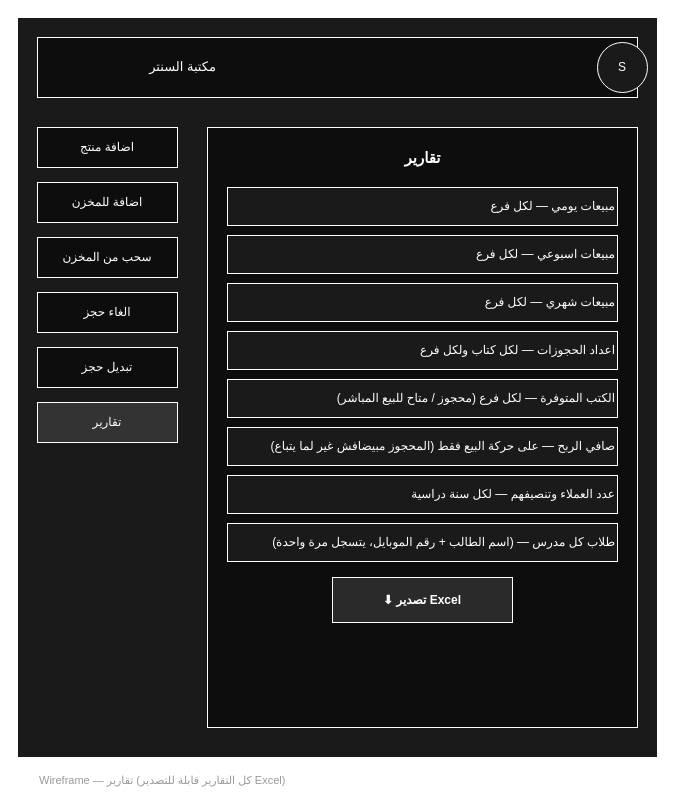
Before: page "6-تقارير" (6 of 6) of draws/books-store-wireframes.drawio in HossamAbdalhakeem/performance-v2, a draw.io diagram. Source tidied: cells renumbered, new cells numbered last; positions are measured from the earlier drawing's top-left corner, leaving out a move shared by most shapes. Both pictures are drawn from the tidied source at 100%, with x=0, y=0 at pixel (17, 17).
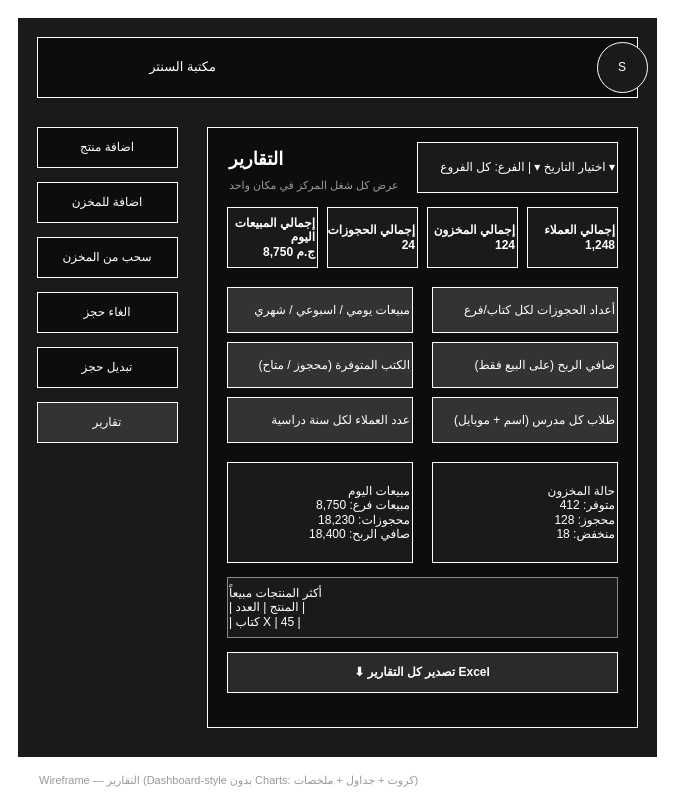
After the change.

The edit, as a diff of the source:
```diff
@@
-    <mxCell id="13" value="تقارير" style="text;html=1;fontColor=#FFFFFF;fontSize=15;fontStyle=1;align=center;" parent="1" vertex="1">
-      <mxGeometry x="340" y="125" width="130" height="30" as="geometry" />
+    <mxCell id="13" value="التقارير" style="text;html=1;fontColor=#FFFFFF;fontSize=18;fontStyle=1;align=left;" parent="1" vertex="1">
+      <mxGeometry x="210" y="125" width="150" height="30" as="geometry" />
     </mxCell>
-    <mxCell id="14" value="مبيعات يومي — لكل فرع" style="whiteSpace=wrap;html=1;fillColor=#1A1A1A;strokeColor=#FFFFFF;fontColor=#FFFFFF;align=right;" parent="1" vertex="1">
-      <mxGeometry x="210" y="170" width="390" height="38" as="geometry" />
-    </mxCell>
-    <mxCell id="15" value="مبيعات اسبوعي — لكل فرع" style="whiteSpace=wrap;html=1;fillColor=#1A1A1A;strokeColor=#FFFFFF;fontColor=#FFFFFF;align=right;" parent="1" vertex="1">
-      <mxGeometry x="210" y="218" width="390" height="38" as="geometry" />
-    </mxCell>
-    <mxCell id="16" value="مبيعات شهري — لكل فرع" style="whiteSpace=wrap;html=1;fillColor=#1A1A1A;strokeColor=#FFFFFF;fontColor=#FFFFFF;align=right;" parent="1" vertex="1">
-      <mxGeometry x="210" y="266" width="390" height="38" as="geometry" />
-    </mxCell>
-    <mxCell id="17" value="اعداد الحجوزات — لكل كتاب ولكل فرع" style="whiteSpace=wrap;html=1;fillColor=#1A1A1A;strokeColor=#FFFFFF;fontColor=#FFFFFF;align=right;" parent="1" vertex="1">
-      <mxGeometry x="210" y="314" width="390" height="38" as="geometry" />
-    </mxCell>
-    <mxCell id="18" value="الكتب المتوفرة — لكل فرع (محجوز / متاح للبيع المباشر)" style="whiteSpace=wrap;html=1;fillColor=#1A1A1A;strokeColor=#FFFFFF;fontColor=#FFFFFF;align=right;" parent="1" vertex="1">
-      <mxGeometry x="210" y="362" width="390" height="38" as="geometry" />
-    </mxCell>
-    <mxCell id="19" value="صافي الربح — على حركة البيع فقط (المحجوز مبيضافش غير لما يتباع)" style="whiteSpace=wrap;html=1;fillColor=#1A1A1A;strokeColor=#FFFFFF;fontColor=#FFFFFF;align=right;" parent="1" vertex="1">
-      <mxGeometry x="210" y="410" width="390" height="38" as="geometry" />
-    </mxCell>
-    <mxCell id="20" value="عدد العملاء وتنصيفهم — لكل سنة دراسية" style="whiteSpace=wrap;html=1;fillColor=#1A1A1A;strokeColor=#FFFFFF;fontColor=#FFFFFF;align=right;" parent="1" vertex="1">
-      <mxGeometry x="210" y="458" width="390" height="38" as="geometry" />
-    </mxCell>
-    <mxCell id="21" value="طلاب كل مدرس — (اسم الطالب + رقم الموبايل، يتسجل مرة واحدة)" style="whiteSpace=wrap;html=1;fillColor=#1A1A1A;strokeColor=#FFFFFF;fontColor=#FFFFFF;align=right;" parent="1" vertex="1">
-      <mxGeometry x="210" y="506" width="390" height="38" as="geometry" />
-    </mxCell>
+    <mxCell id="24" value="عرض كل شغل المركز في مكان واحد" style="text;html=1;fontColor=#999999;fontSize=11;align=left;" parent="1" vertex="1">
+      <mxGeometry x="210" y="155" width="250" height="20" as="geometry" />
+    </mxCell>
+    <mxCell id="25" value="اختيار التاريخ ▾ | الفرع: كل الفروع ▾" style="whiteSpace=wrap;html=1;fillColor=#1A1A1A;strokeColor=#FFFFFF;fontColor=#FFFFFF;align=right;" parent="1" vertex="1">
+      <mxGeometry x="400" y="125" width="200" height="50" as="geometry" />
+    </mxCell>
+    <mxCell id="26" value="إجمالي المبيعات اليوم&#10;8,750 ج.م" style="whiteSpace=wrap;html=1;fillColor=#1A1A1A;strokeColor=#FFFFFF;fontColor=#FFFFFF;fontStyle=1;align=right;" parent="1" vertex="1">
+      <mxGeometry x="210" y="190" width="90" height="60" as="geometry" />
+    </mxCell>
+    <mxCell id="27" value="إجمالي الحجوزات&#10;24" style="whiteSpace=wrap;html=1;fillColor=#1A1A1A;strokeColor=#FFFFFF;fontColor=#FFFFFF;fontStyle=1;align=right;" parent="1" vertex="1">
+      <mxGeometry x="310" y="190" width="90" height="60" as="geometry" />
+    </mxCell>
+    <mxCell id="28" value="إجمالي المخزون&#10;124" style="whiteSpace=wrap;html=1;fillColor=#1A1A1A;strokeColor=#FFFFFF;fontColor=#FFFFFF;fontStyle=1;align=right;" parent="1" vertex="1">
+      <mxGeometry x="410" y="190" width="90" height="60" as="geometry" />
+    </mxCell>
+    <mxCell id="29" value="إجمالي العملاء&#10;1,248" style="whiteSpace=wrap;html=1;fillColor=#1A1A1A;strokeColor=#FFFFFF;fontColor=#FFFFFF;fontStyle=1;align=right;" parent="1" vertex="1">
+      <mxGeometry x="510" y="190" width="90" height="60" as="geometry" />
+    </mxCell>
+    <mxCell id="30" value="مبيعات يومي / اسبوعي / شهري" style="whiteSpace=wrap;html=1;fillColor=#333333;strokeColor=#FFFFFF;fontColor=#FFFFFF;align=right;" parent="1" vertex="1">
+      <mxGeometry x="210" y="270" width="185" height="45" as="geometry" />
+    </mxCell>
+    <mxCell id="31" value="أعداد الحجوزات لكل كتاب/فرع" style="whiteSpace=wrap;html=1;fillColor=#333333;strokeColor=#FFFFFF;fontColor=#FFFFFF;align=right;" parent="1" vertex="1">
+      <mxGeometry x="415" y="270" width="185" height="45" as="geometry" />
+    </mxCell>
+    <mxCell id="32" value="الكتب المتوفرة (محجوز / متاح)" style="whiteSpace=wrap;html=1;fillColor=#333333;strokeColor=#FFFFFF;fontColor=#FFFFFF;align=right;" parent="1" vertex="1">
+      <mxGeometry x="210" y="325" width="185" height="45" as="geometry" />
+    </mxCell>
+    <mxCell id="33" value="صافي الربح (على البيع فقط)" style="whiteSpace=wrap;html=1;fillColor=#333333;strokeColor=#FFFFFF;fontColor=#FFFFFF;align=right;" parent="1" vertex="1">
+      <mxGeometry x="415" y="325" width="185" height="45" as="geometry" />
+    </mxCell>
+    <mxCell id="34" value="عدد العملاء لكل سنة دراسية" style="whiteSpace=wrap;html=1;fillColor=#333333;strokeColor=#FFFFFF;fontColor=#FFFFFF;align=right;" parent="1" vertex="1">
+      <mxGeometry x="210" y="380" width="185" height="45" as="geometry" />
+    </mxCell>
+    <mxCell id="35" value="طلاب كل مدرس (اسم + موبايل)" style="whiteSpace=wrap;html=1;fillColor=#333333;strokeColor=#FFFFFF;fontColor=#FFFFFF;align=right;" parent="1" vertex="1">
+      <mxGeometry x="415" y="380" width="185" height="45" as="geometry" />
+    </mxCell>
+    <mxCell id="36" value="مبيعات اليوم&#10;مبيعات فرع: 8,750&#10;محجوزات: 18,230&#10;صافي الربح: 18,400" style="whiteSpace=wrap;html=1;fillColor=#1A1A1A;strokeColor=#FFFFFF;fontColor=#FFFFFF;align=right;" parent="1" vertex="1">
+      <mxGeometry x="210" y="445" width="185" height="100" as="geometry" />
+    </mxCell>
+    <mxCell id="37" value="حالة المخزون&#10;متوفر: 412&#10;محجوز: 128&#10;منخفض: 18" style="whiteSpace=wrap;html=1;fillColor=#1A1A1A;strokeColor=#FFFFFF;fontColor=#FFFFFF;align=right;" parent="1" vertex="1">
+      <mxGeometry x="415" y="445" width="185" height="100" as="geometry" />
+    </mxCell>
+    <mxCell id="38" value="أكثر المنتجات مبيعاً&#10;| المنتج | العدد |&#10;| كتاب X | 45 |" style="whiteSpace=wrap;html=1;fillColor=#1A1A1A;strokeColor=#888888;fontColor=#FFFFFF;align=left;" parent="1" vertex="1">
+      <mxGeometry x="210" y="560" width="390" height="60" as="geometry" />
+    </mxCell>
-    <mxCell id="22" value="⬇ تصدير Excel" style="whiteSpace=wrap;html=1;fillColor=#2A2A2A;strokeColor=#FFFFFF;fontColor=#FFFFFF;fontStyle=1;" parent="1" vertex="1">
-      <mxGeometry x="315" y="560" width="180" height="45" as="geometry" />
+    <mxCell id="22" value="⬇ تصدير كل التقارير Excel" style="whiteSpace=wrap;html=1;fillColor=#2A2A2A;strokeColor=#FFFFFF;fontColor=#FFFFFF;fontStyle=1;" parent="1" vertex="1">
+      <mxGeometry x="210" y="635" width="390" height="40" as="geometry" />
     </mxCell>
-    <mxCell id="23" value="Wireframe — تقارير (كل التقارير قابلة للتصدير Excel)" style="text;html=1;fontColor=#999999;fontSize=11;align=left;" parent="1" vertex="1">
+    <mxCell id="23" value="Wireframe — التقارير (Dashboard-style بدون Charts: كروت + جداول + ملخصات)" style="text;html=1;fontColor=#999999;fontSize=11;align=left;" parent="1" vertex="1">
       <mxGeometry x="20" y="750" width="450" height="20" as="geometry" />
     </mxCell>
```
